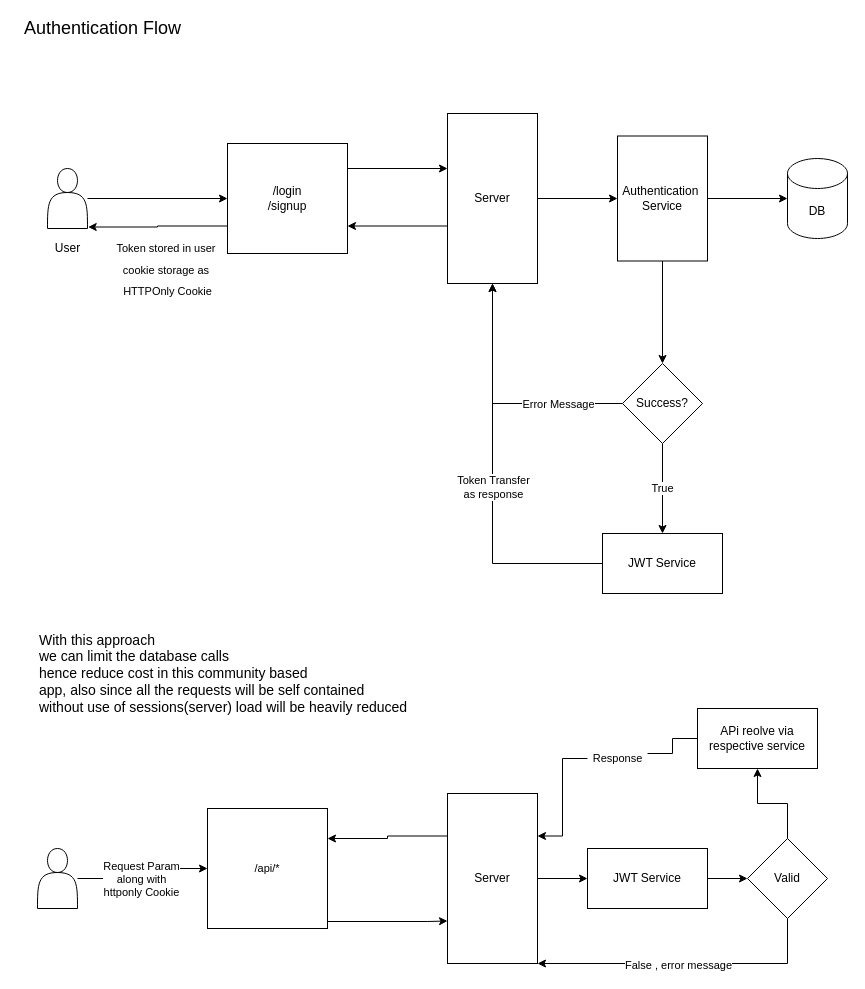
The draw.io diagram page "Authentication" (1 of 2) of Documentation/System Design.drawio in mraniketr/Collaborative-Study-Portal, before the edit. Source tidied: cells renumbered, new cells numbered last; positions are measured from the earlier drawing's top-left corner, leaving out a move shared by most shapes. Both pictures are drawn from the tidied source at 100%, with x=0, y=0 at pixel (17, 18).
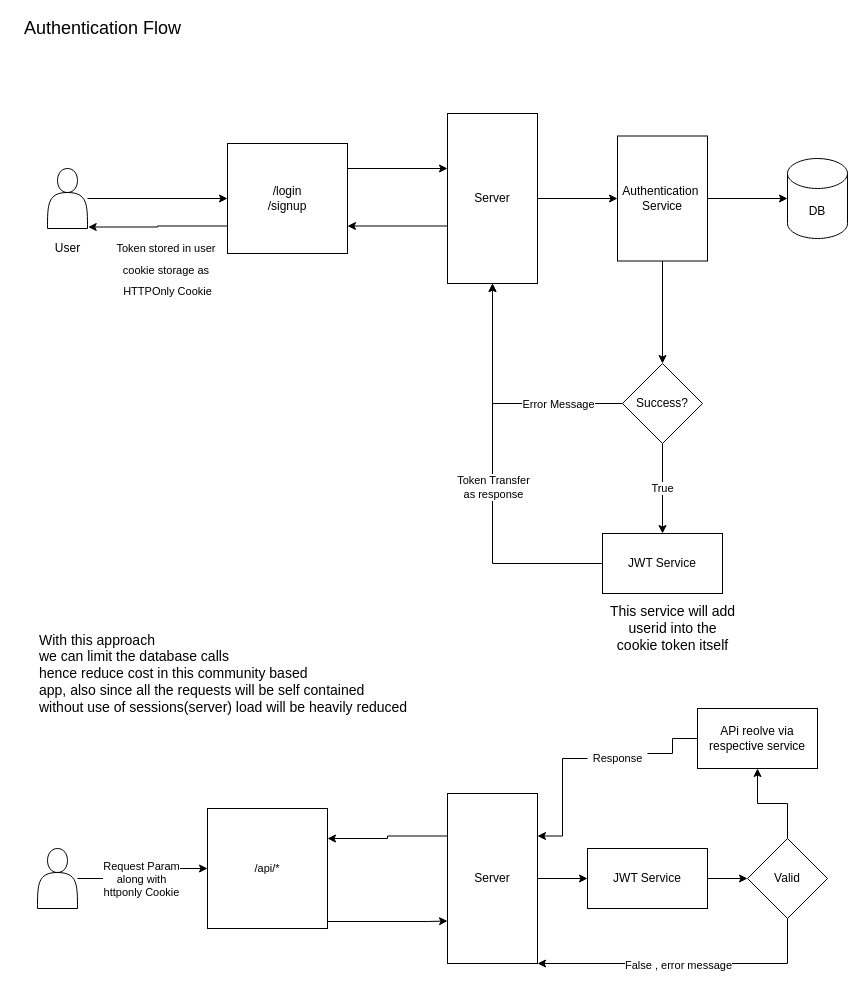
After the change.

Diff of the diagram source:
```diff
@@
+    <mxCell id="43" value="This service will add&lt;br&gt;userid into the &lt;br&gt;cookie token itself" style="text;html=1;align=center;verticalAlign=middle;strokeColor=none;fillColor=none;fontSize=14;" parent="1" vertex="1">
+      <mxGeometry x="585" y="580" width="140" height="60" as="geometry" />
+    </mxCell>
```
